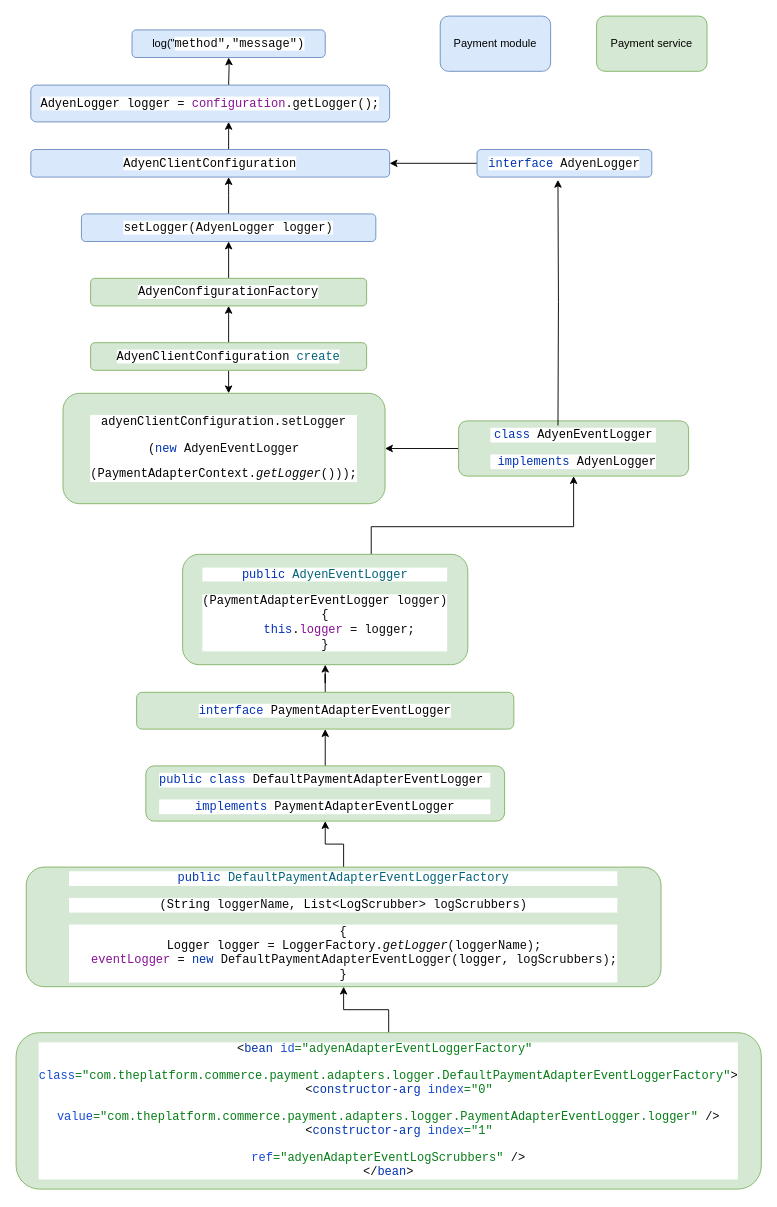
The draw.io diagram Untitled Diagram.drawio in itzsaravana/diagrams, before the edit. Source tidied: cells renumbered, new cells numbered last; positions are measured from the earlier drawing's top-left corner, leaving out a move shared by most shapes. Both pictures are drawn from the tidied source at 92%, with x=0, y=0 at pixel (16, 16).
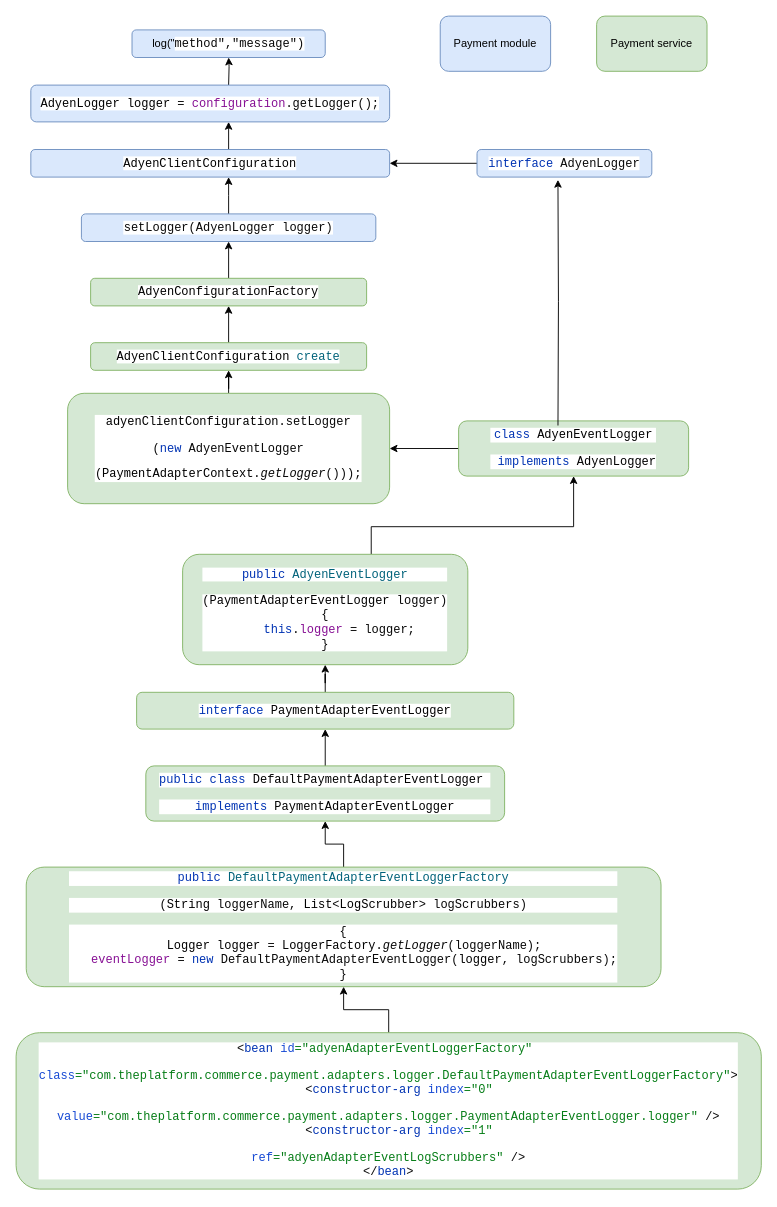
After the change.

Unchanged cells that the change refers to:
```xml
<mxCell id="16" value="&lt;pre style=&quot;background-color: #ffffff ; color: #080808 ; font-family: &amp;#34;jetbrains mono&amp;#34; , monospace ; font-size: 9.8pt&quot;&gt;&lt;pre style=&quot;font-family: &amp;#34;jetbrains mono&amp;#34; , monospace ; font-size: 9.8pt&quot;&gt;&lt;pre style=&quot;font-family: &amp;#34;jetbrains mono&amp;#34; , monospace ; font-size: 9.8pt&quot;&gt;&lt;span style=&quot;color: #000000&quot;&gt;AdyenClientConfiguration &lt;/span&gt;&lt;span style=&quot;color: #00627a&quot;&gt;create&lt;/span&gt;&lt;/pre&gt;&lt;/pre&gt;&lt;/pre&gt;" style="whiteSpace=wrap;html=1;rounded=1;glass=0;strokeWidth=1;shadow=0;fillColor=#d5e8d4;strokeColor=#82b366;" parent="1" vertex="1">
  <mxGeometry x="81" y="355" width="300" height="30" as="geometry" />
</mxCell>
```

The edit, as a diff of the source:
```diff
@@
-    <mxCell id="15" style="edgeStyle=orthogonalEdgeStyle;rounded=0;jettySize=auto;html=1;" parent="1" edge="1" source="16">
-      <mxGeometry relative="1" as="geometry">
-        <mxPoint x="231" y="410" as="targetPoint" />
-      </mxGeometry>
-    </mxCell>
@@
+    <mxCell id="33" style="edgeStyle=orthogonalEdgeStyle;rounded=0;jettySize=auto;html=1;" parent="1" edge="1" source="17" target="16">
+      <mxGeometry relative="1" as="geometry" />
+    </mxCell>
     <mxCell id="17" value="&lt;pre style=&quot;background-color: #ffffff ; color: #080808 ; font-family: &amp;#34;jetbrains mono&amp;#34; , monospace ; font-size: 9.8pt&quot;&gt;&lt;pre style=&quot;font-family: &amp;#34;jetbrains mono&amp;#34; , monospace ; font-size: 9.8pt&quot;&gt;&lt;pre style=&quot;font-family: &amp;#34;jetbrains mono&amp;#34; , monospace ; font-size: 9.8pt&quot;&gt;&lt;pre style=&quot;font-family: &amp;#34;jetbrains mono&amp;#34; , monospace ; font-size: 9.8pt&quot;&gt;&lt;span style=&quot;color: #000000&quot;&gt;adyenClientConfiguration&lt;/span&gt;.setLogger&lt;/pre&gt;&lt;pre style=&quot;font-family: &amp;#34;jetbrains mono&amp;#34; , monospace ; font-size: 9.8pt&quot;&gt;(&lt;span style=&quot;color: #0033b3&quot;&gt;new &lt;/span&gt;AdyenEventLogger&lt;/pre&gt;&lt;pre style=&quot;font-family: &amp;#34;jetbrains mono&amp;#34; , monospace ; font-size: 9.8pt&quot;&gt;(&lt;span style=&quot;color: #000000&quot;&gt;PaymentAdapterContext&lt;/span&gt;.&lt;span style=&quot;font-style: italic&quot;&gt;getLogger&lt;/span&gt;()));&lt;/pre&gt;&lt;/pre&gt;&lt;/pre&gt;&lt;/pre&gt;" style="whiteSpace=wrap;html=1;rounded=1;glass=0;strokeWidth=1;shadow=0;fillColor=#d5e8d4;strokeColor=#82b366;" parent="1" vertex="1">
-      <mxGeometry x="51" y="410" width="350" height="120" as="geometry" />
+      <mxGeometry x="56" y="410" width="350" height="120" as="geometry" />
     </mxCell>
```
